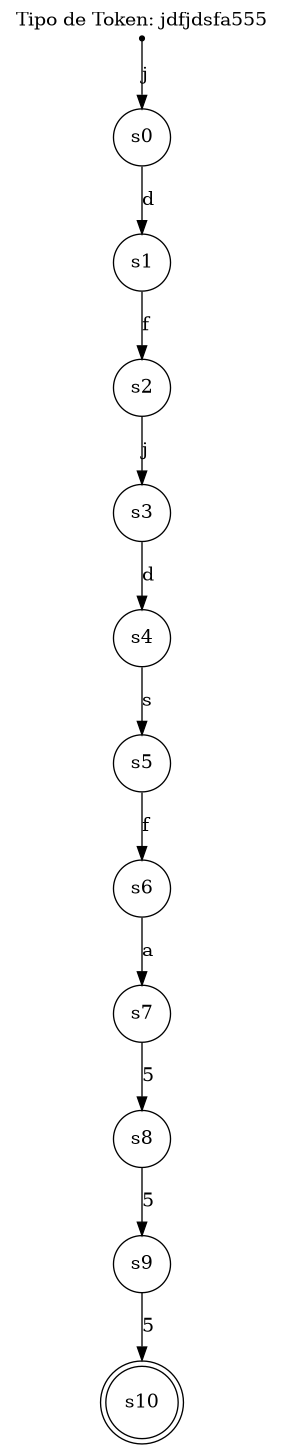
Above: diagram.png in AleRoldan7/Practica1_LenguajesFormales (Graphviz), before the change. Its source is kept beside it as diagram.dot.
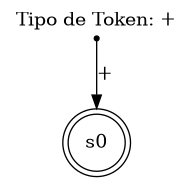
After the commit.

Change to the diagram source:
```diff
@@ -1,28 +1,8 @@
 digraph DFA {
-    label="Tipo de Token: jdfjdsfa555";
+    label="Tipo de Token: +";
     labelloc="t";
     start [shape=point];
-    start -> s0 [label="j"];
+    start -> s0 [label="+"];
     s0 [shape=circle];
-    s0 -> s1 [label="d"];
-    s1 [shape=circle];
-    s1 -> s2 [label="f"];
-    s2 [shape=circle];
-    s2 -> s3 [label="j"];
-    s3 [shape=circle];
-    s3 -> s4 [label="d"];
-    s4 [shape=circle];
-    s4 -> s5 [label="s"];
-    s5 [shape=circle];
-    s5 -> s6 [label="f"];
-    s6 [shape=circle];
-    s6 -> s7 [label="a"];
-    s7 [shape=circle];
-    s7 -> s8 [label="5"];
-    s8 [shape=circle];
-    s8 -> s9 [label="5"];
-    s9 [shape=circle];
-    s9 -> s10 [label="5"];
-    s10 [shape=circle];
-    s10 [shape=doublecircle];
+    s0 [shape=doublecircle];
 }
```
